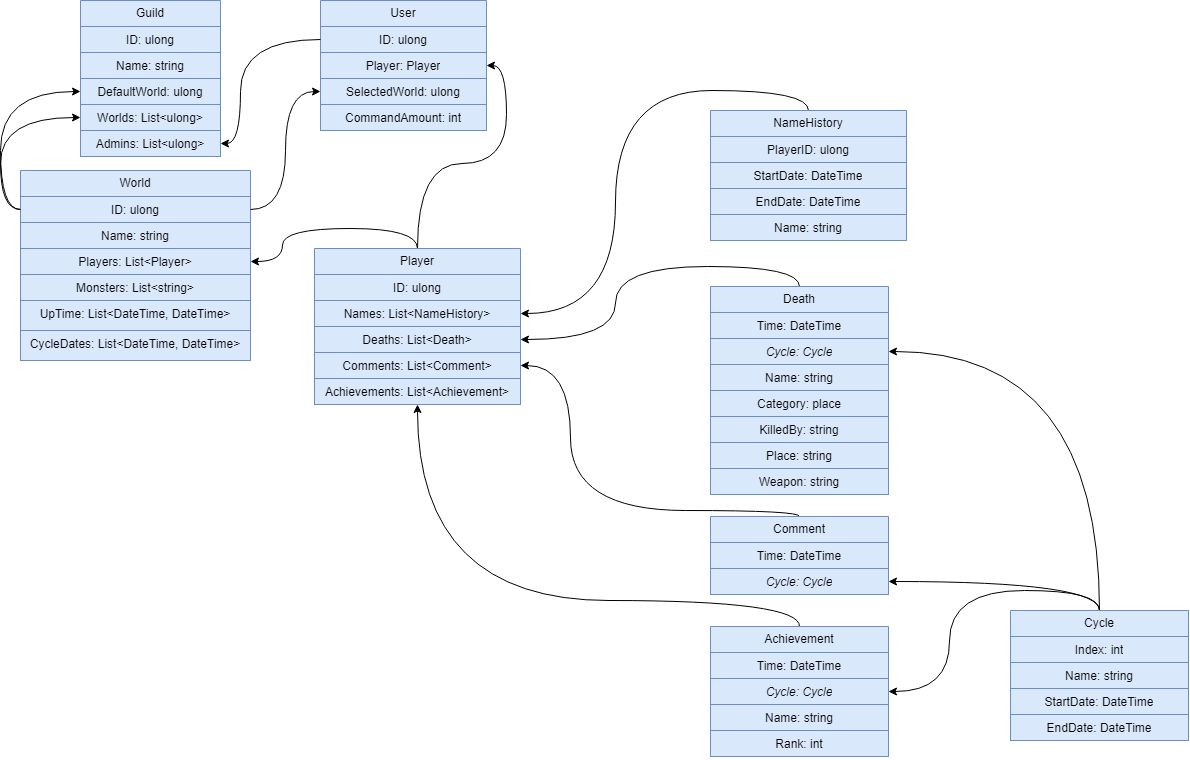
Earlier version of the draw.io export Stats Bot UML.drawio.png (Endferoma/Draw.IO). Source tidied: cells renumbered, new cells last; positions are measured from the earlier drawing's top-left corner, leaving out a move shared by most shapes.
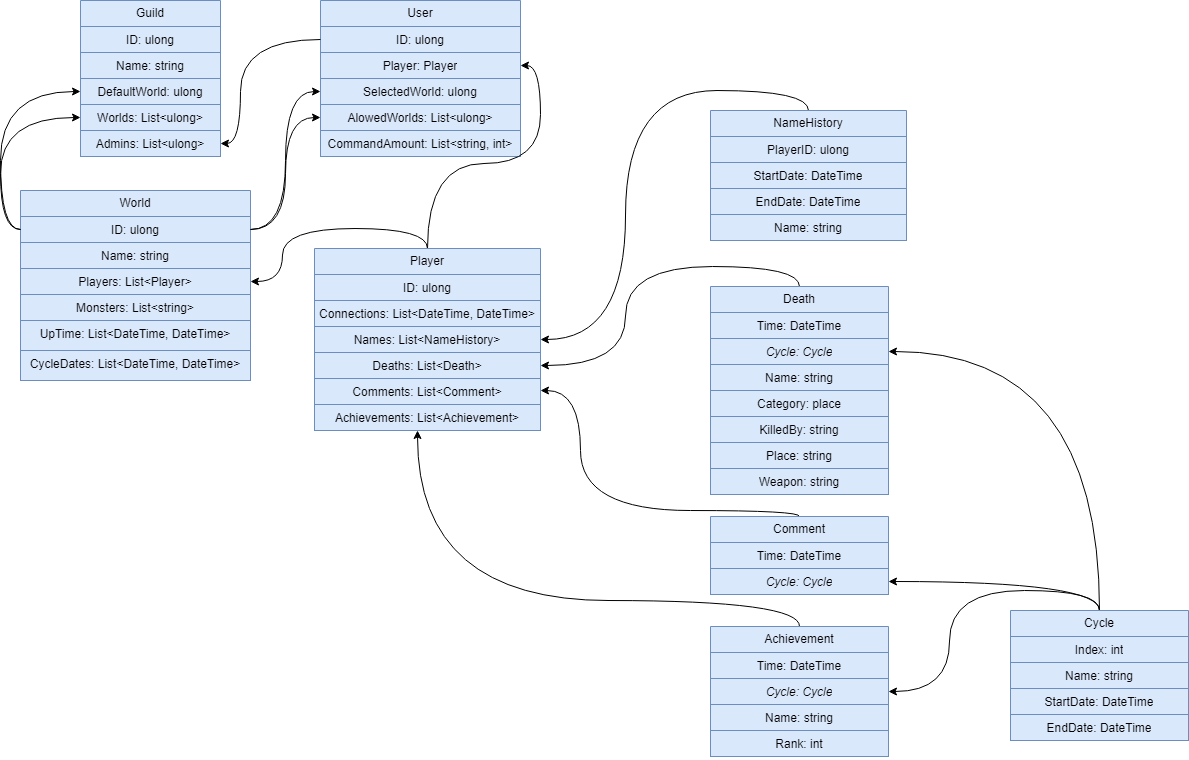
After the commit.

Diff of the diagram source:
```diff
@@ -21,19 +21,22 @@
       <mxGeometry y="130" width="140" height="26" as="geometry" />
     </mxCell>
     <mxCell id="8" value="User" style="swimlane;fontStyle=0;horizontal=1;startSize=26;fillColor=#dae8fc;whiteSpace=wrap;html=1;align=center;strokeColor=#6c8ebf;" parent="1" vertex="1">
-      <mxGeometry x="300" width="166" height="130" as="geometry" />
+      <mxGeometry x="300" width="200" height="156" as="geometry" />
     </mxCell>
     <mxCell id="9" value="&lt;div&gt;&lt;span style=&quot;background-color: initial;&quot;&gt;ID: ulong&lt;/span&gt;&lt;br&gt;&lt;/div&gt;" style="text;strokeColor=#6c8ebf;fillColor=#dae8fc;align=center;verticalAlign=top;spacingLeft=4;spacingRight=4;overflow=hidden;points=[[0,0.5],[1,0.5]];portConstraint=eastwest;whiteSpace=wrap;html=1;" parent="8" vertex="1">
-      <mxGeometry y="26" width="166" height="26" as="geometry" />
+      <mxGeometry y="26" width="200" height="26" as="geometry" />
     </mxCell>
     <mxCell id="10" value="Player: Player" style="text;strokeColor=#6c8ebf;fillColor=#dae8fc;align=center;verticalAlign=top;spacingLeft=4;spacingRight=4;overflow=hidden;points=[[0,0.5],[1,0.5]];portConstraint=eastwest;whiteSpace=wrap;html=1;" parent="8" vertex="1">
-      <mxGeometry y="52" width="166" height="26" as="geometry" />
+      <mxGeometry y="52" width="200" height="26" as="geometry" />
     </mxCell>
     <mxCell id="11" value="Selected&lt;span style=&quot;background-color: initial;&quot;&gt;World: ulong&lt;/span&gt;" style="text;strokeColor=#6c8ebf;fillColor=#dae8fc;align=center;verticalAlign=top;spacingLeft=4;spacingRight=4;overflow=hidden;points=[[0,0.5],[1,0.5]];portConstraint=eastwest;whiteSpace=wrap;html=1;" parent="8" vertex="1">
-      <mxGeometry y="78" width="166" height="26" as="geometry" />
+      <mxGeometry y="78" width="200" height="26" as="geometry" />
     </mxCell>
+    <mxCell id="65" value="&lt;span style=&quot;background-color: initial;&quot;&gt;AlowedWorlds: List&amp;lt;ulong&amp;gt;&lt;/span&gt;" style="text;strokeColor=#6c8ebf;fillColor=#dae8fc;align=center;verticalAlign=top;spacingLeft=4;spacingRight=4;overflow=hidden;points=[[0,0.5],[1,0.5]];portConstraint=eastwest;whiteSpace=wrap;html=1;" parent="8" vertex="1">
+      <mxGeometry y="104" width="200" height="26" as="geometry" />
+    </mxCell>
-    <mxCell id="12" value="&lt;span style=&quot;background-color: initial;&quot;&gt;CommandAmount: int&lt;/span&gt;" style="text;strokeColor=#6c8ebf;fillColor=#dae8fc;align=center;verticalAlign=top;spacingLeft=4;spacingRight=4;overflow=hidden;whiteSpace=wrap;html=1;" parent="8" vertex="1">
-      <mxGeometry y="104" width="166" height="26" as="geometry" />
+    <mxCell id="12" value="&lt;span style=&quot;background-color: initial;&quot;&gt;CommandAmount: List&amp;lt;string, int&amp;gt;&lt;/span&gt;" style="text;strokeColor=#6c8ebf;fillColor=#dae8fc;align=center;verticalAlign=top;spacingLeft=4;spacingRight=4;overflow=hidden;whiteSpace=wrap;html=1;" parent="8" vertex="1">
+      <mxGeometry y="130" width="200" height="26" as="geometry" />
     </mxCell>
     <mxCell id="13" style="edgeStyle=orthogonalEdgeStyle;rounded=0;jettySize=auto;html=1;exitX=0.5;exitY=0;exitDx=0;exitDy=0;entryX=1;entryY=0.5;entryDx=0;entryDy=0;curved=1;" parent="1" edge="1" source="14" target="30">
       <mxGeometry relative="1" as="geometry" />
@@ -54,7 +57,7 @@
       <mxGeometry y="104" width="196" height="26" as="geometry" />
     </mxCell>
     <mxCell id="19" value="World" style="swimlane;fontStyle=0;horizontal=1;startSize=26;fillColor=#dae8fc;whiteSpace=wrap;html=1;align=center;strokeColor=#6c8ebf;" parent="1" vertex="1">
-      <mxGeometry y="170" width="230" height="190" as="geometry" />
+      <mxGeometry y="190" width="230" height="190" as="geometry" />
     </mxCell>
     <mxCell id="20" value="ID: ulong" style="text;strokeColor=#6c8ebf;fillColor=#dae8fc;align=center;verticalAlign=top;spacingLeft=4;spacingRight=4;overflow=hidden;points=[[0,0.5],[1,0.5]];portConstraint=eastwest;whiteSpace=wrap;html=1;" parent="19" vertex="1">
       <mxGeometry y="26" width="230" height="26" as="geometry" />
@@ -81,22 +84,25 @@
       <mxGeometry relative="1" as="geometry" />
     </mxCell>
     <mxCell id="28" value="Player" style="swimlane;fontStyle=0;horizontal=1;startSize=26;fillColor=#dae8fc;whiteSpace=wrap;html=1;align=center;strokeColor=#6c8ebf;" parent="1" vertex="1">
-      <mxGeometry x="294" y="248" width="206" height="156" as="geometry" />
+      <mxGeometry x="294" y="248" width="226" height="182" as="geometry" />
     </mxCell>
     <mxCell id="29" value="ID: ulong" style="text;strokeColor=#6c8ebf;fillColor=#dae8fc;align=center;verticalAlign=top;spacingLeft=4;spacingRight=4;overflow=hidden;whiteSpace=wrap;html=1;" parent="28" vertex="1">
-      <mxGeometry y="26" width="206" height="26" as="geometry" />
+      <mxGeometry y="26" width="226" height="26" as="geometry" />
     </mxCell>
+    <mxCell id="66" value="Connections: List&amp;lt;DateTime, DateTime&amp;gt;" style="text;strokeColor=#6c8ebf;fillColor=#dae8fc;align=center;verticalAlign=top;spacingLeft=4;spacingRight=4;overflow=hidden;whiteSpace=wrap;html=1;" parent="28" vertex="1">
+      <mxGeometry y="52" width="226" height="26" as="geometry" />
+    </mxCell>
     <mxCell id="30" value="Names: List&amp;lt;NameHistory&amp;gt;" style="text;strokeColor=#6c8ebf;fillColor=#dae8fc;align=center;verticalAlign=top;spacingLeft=4;spacingRight=4;overflow=hidden;points=[[0,0.5],[1,0.5]];portConstraint=eastwest;whiteSpace=wrap;html=1;" parent="28" vertex="1">
-      <mxGeometry y="52" width="206" height="26" as="geometry" />
+      <mxGeometry y="78" width="226" height="26" as="geometry" />
     </mxCell>
     <mxCell id="31" value="Deaths: List&amp;lt;Death&amp;gt;" style="text;strokeColor=#6c8ebf;fillColor=#dae8fc;align=center;verticalAlign=top;spacingLeft=4;spacingRight=4;overflow=hidden;points=[[0,0.5],[1,0.5]];portConstraint=eastwest;whiteSpace=wrap;html=1;" parent="28" vertex="1">
-      <mxGeometry y="78" width="206" height="26" as="geometry" />
+      <mxGeometry y="104" width="226" height="26" as="geometry" />
     </mxCell>
     <mxCell id="32" value="Comments: List&amp;lt;Comment&amp;gt;" style="text;strokeColor=#6c8ebf;fillColor=#dae8fc;align=center;verticalAlign=top;spacingLeft=4;spacingRight=4;overflow=hidden;points=[[0,0.5],[1,0.5]];portConstraint=eastwest;whiteSpace=wrap;html=1;" parent="28" vertex="1">
-      <mxGeometry y="104" width="206" height="26" as="geometry" />
+      <mxGeometry y="130" width="226" height="26" as="geometry" />
     </mxCell>
     <mxCell id="33" value="Achievements: List&amp;lt;Achievement&amp;gt;" style="text;strokeColor=#6c8ebf;fillColor=#dae8fc;align=center;verticalAlign=top;spacingLeft=4;spacingRight=4;overflow=hidden;points=[[0,0.5],[1,0.5]];portConstraint=eastwest;whiteSpace=wrap;html=1;" parent="28" vertex="1">
-      <mxGeometry y="130" width="206" height="26" as="geometry" />
+      <mxGeometry y="156" width="226" height="26" as="geometry" />
     </mxCell>
     <mxCell id="34" style="edgeStyle=orthogonalEdgeStyle;rounded=0;jettySize=auto;html=1;exitX=0;exitY=0.5;exitDx=0;exitDy=0;curved=1;" parent="1" edge="1" source="9" target="7">
       <mxGeometry relative="1" as="geometry">
@@ -160,13 +166,13 @@
     <mxCell id="50" value="Rank: int" style="text;strokeColor=#6c8ebf;fillColor=#dae8fc;align=center;verticalAlign=top;spacingLeft=4;spacingRight=4;overflow=hidden;whiteSpace=wrap;html=1;" parent="46" vertex="1">
       <mxGeometry y="104" width="178" height="26" as="geometry" />
     </mxCell>
-    <mxCell id="51" style="edgeStyle=orthogonalEdgeStyle;rounded=0;jettySize=auto;html=1;exitX=0.5;exitY=0;exitDx=0;exitDy=0;curved=1;" parent="1" edge="1" source="52" target="32">
+    <mxCell id="51" style="edgeStyle=orthogonalEdgeStyle;rounded=0;jettySize=auto;html=1;exitX=0.5;exitY=0;exitDx=0;exitDy=0;curved=1;" parent="1" edge="1" source="52">
       <mxGeometry relative="1" as="geometry">
+        <mxPoint x="520" y="390" as="targetPoint" />
         <Array as="points">
           <mxPoint x="780" y="516" />
           <mxPoint x="780" y="510" />
-          <mxPoint x="550" y="510" />
-          <mxPoint x="550" y="365" />
+          <mxPoint x="560" y="510" />
         </Array>
       </mxGeometry>
     </mxCell>
@@ -209,5 +215,8 @@
     <mxCell id="64" style="edgeStyle=orthogonalEdgeStyle;rounded=0;jettySize=auto;html=1;exitX=0;exitY=0.5;exitDx=0;exitDy=0;entryX=0;entryY=0.5;entryDx=0;entryDy=0;curved=1;" parent="1" edge="1" source="20" target="6">
       <mxGeometry relative="1" as="geometry" />
     </mxCell>
+    <mxCell id="67" style="edgeStyle=orthogonalEdgeStyle;rounded=0;jettySize=auto;html=1;exitX=1;exitY=0.5;exitDx=0;exitDy=0;entryX=0;entryY=0.5;entryDx=0;entryDy=0;curved=1;" parent="1" edge="1" source="20" target="65">
+      <mxGeometry relative="1" as="geometry" />
+    </mxCell>
   </root>
 </mxGraphModel>
```
